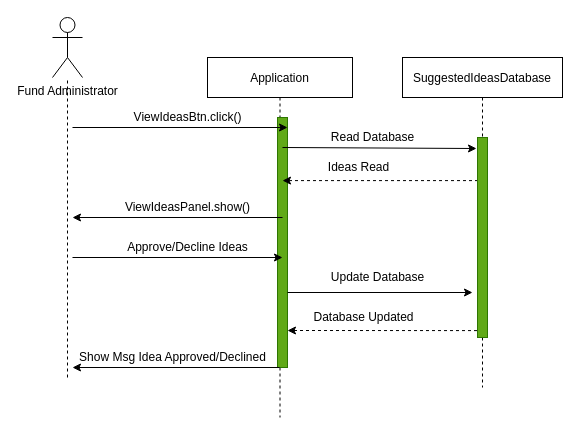
The draw.io diagram Documents, diagrams etc/Client_SequenceDiagram.drawio in danelms/softEng, before the edit. Source tidied: cells renumbered, new cells numbered last; positions are measured from the earlier drawing's top-left corner, leaving out a move shared by most shapes. Both pictures are drawn from the tidied source at 100%, with x=0, y=0 at pixel (52, 17).
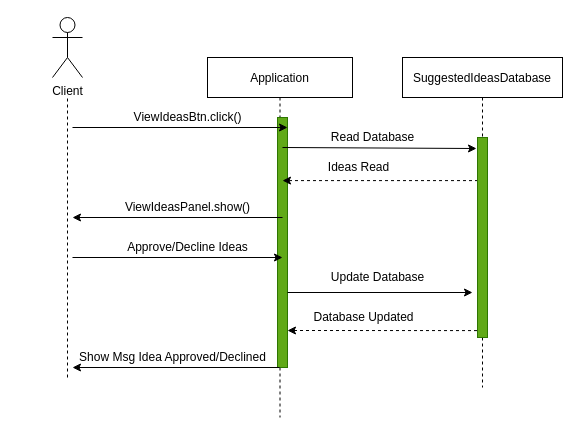
Above is the later version.

Diff of the diagram source:
```diff
@@
-    <mxCell id="12" value="&lt;font face=&quot;helvetica&quot;&gt;Fund Administrator&lt;/font&gt;" style="shape=umlActor;verticalLabelPosition=bottom;verticalAlign=top;html=1;outlineConnect=0;" parent="1" vertex="1">
+    <mxCell id="12" value="&lt;font face=&quot;helvetica&quot;&gt;Client&lt;/font&gt;" style="shape=umlActor;verticalLabelPosition=bottom;verticalAlign=top;html=1;outlineConnect=0;" parent="1" vertex="1">
       <mxGeometry width="30" height="60" as="geometry" />
     </mxCell>
-    <mxCell id="13" style="endArrow=none;dashed=1;html=1;" parent="1" edge="1" target="12">
+    <mxCell id="13" style="endArrow=none;dashed=1;html=1;" parent="1" edge="1">
       <mxGeometry relative="1" as="geometry">
         <mxPoint x="15" y="360" as="sourcePoint" />
+        <mxPoint x="15" y="80" as="targetPoint" />
       </mxGeometry>
     </mxCell>
```
